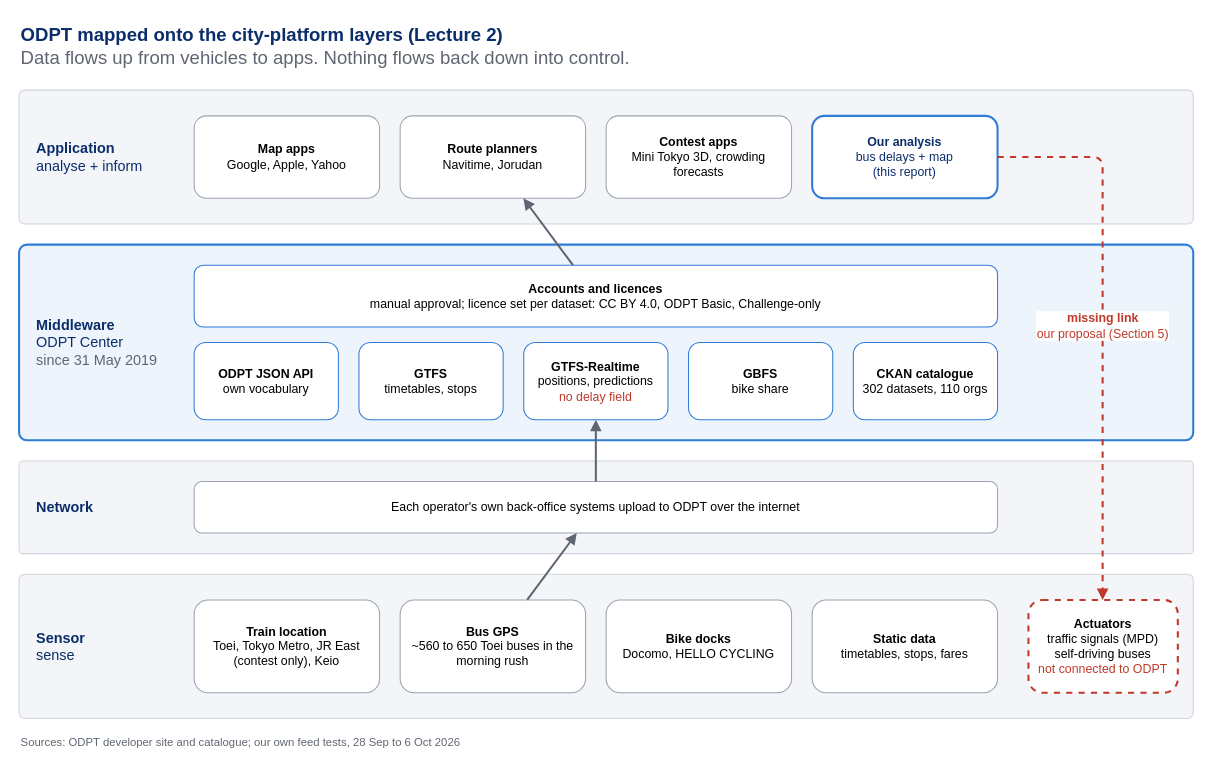
XxAG17xX/tokyo-smart-mobility keeps this draw.io diagram as diagrams/odpt_platform_layers.drawio. Above is the earlier version. Source tidied: cells renumbered, new cells numbered last; positions are measured from the earlier drawing's top-left corner, leaving out a move shared by most shapes. Both pictures are drawn from the tidied source at 103%, with x=0, y=0 at pixel (19, 18).
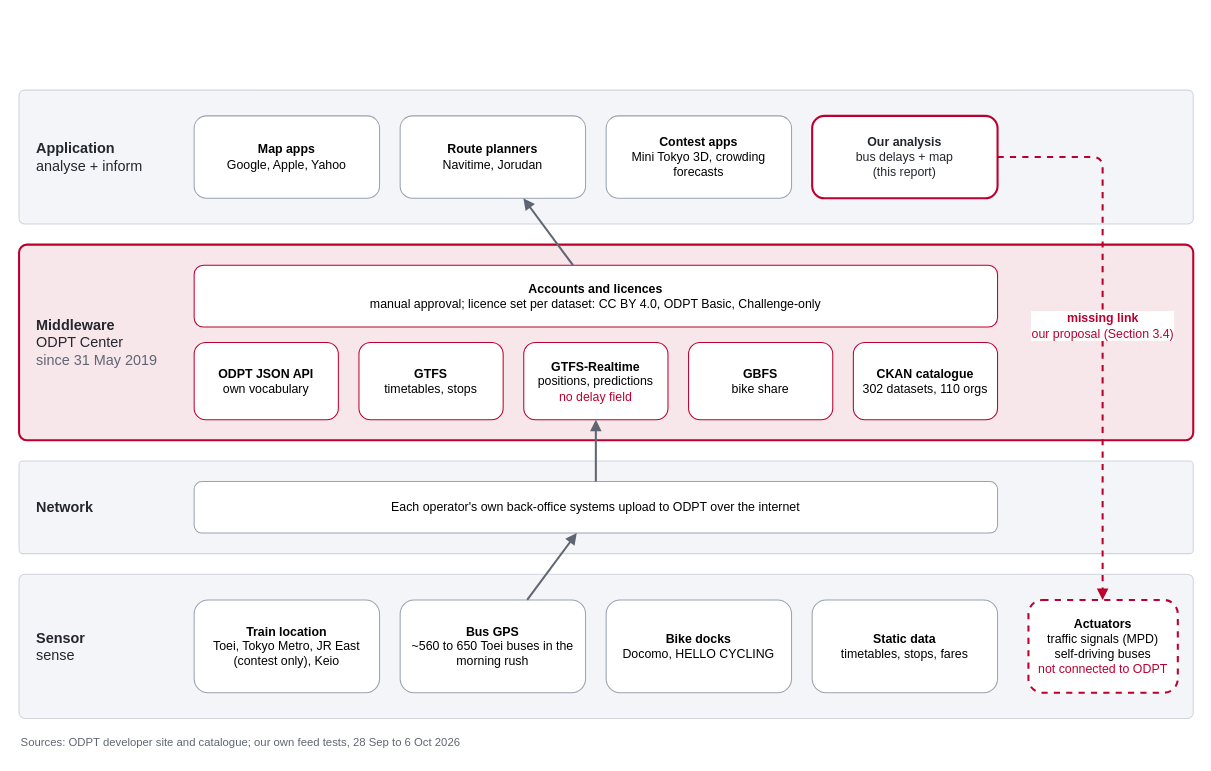
After the change.

Diff of the diagram source:
```diff
@@
-    <mxCell id="2" value="&lt;b&gt;ODPT mapped onto the city-platform layers (Lecture 2)&lt;/b&gt;&lt;br&gt;&lt;font color=&quot;#5F6672&quot;&gt;Data flows up from vehicles to apps. Nothing flows back down into control.&lt;/font&gt;" style="text;html=1;align=left;verticalAlign=top;fontSize=18;fontColor=#0B2E6B;" parent="1" vertex="1">
-      <mxGeometry width="900" height="60" as="geometry" />
-    </mxCell>
@@
-    <mxCell id="4" style="rounded=1;arcSize=4;fillColor=#EEF4FC;strokeColor=#2F7BD6;strokeWidth=2;" parent="1" vertex="1">
+    <mxCell id="4" style="rounded=1;arcSize=4;fillColor=#F7E6EA;strokeColor=#BC002D;strokeWidth=2;" parent="1" vertex="1">
       <mxGeometry y="220" width="1140" height="190" as="geometry" />
     </mxCell>
@@
-    <mxCell id="7" value="&lt;b&gt;Application&lt;/b&gt;&lt;br&gt;analyse + inform" style="text;html=1;align=left;verticalAlign=middle;fontSize=14;fontColor=#0B2E6B;" parent="1" vertex="1">
+    <mxCell id="7" value="&lt;b&gt;Application&lt;/b&gt;&lt;br&gt;analyse + inform" style="text;html=1;align=left;verticalAlign=middle;fontSize=14;fontColor=#23272E;" parent="1" vertex="1">
       <mxGeometry x="15" y="100" width="140" height="70" as="geometry" />
     </mxCell>
-    <mxCell id="8" value="&lt;b&gt;Middleware&lt;/b&gt;&lt;br&gt;ODPT Center&lt;br&gt;&lt;font color=&quot;#5F6672&quot;&gt;since 31 May 2019&lt;/font&gt;" style="text;html=1;align=left;verticalAlign=middle;fontSize=14;fontColor=#0B2E6B;" parent="1" vertex="1">
+    <mxCell id="8" value="&lt;b&gt;Middleware&lt;/b&gt;&lt;br&gt;ODPT Center&lt;br&gt;&lt;font color=&quot;#5F6672&quot;&gt;since 31 May 2019&lt;/font&gt;" style="text;html=1;align=left;verticalAlign=middle;fontSize=14;fontColor=#23272E;" parent="1" vertex="1">
       <mxGeometry x="15" y="270" width="140" height="90" as="geometry" />
     </mxCell>
-    <mxCell id="9" value="&lt;b&gt;Network&lt;/b&gt;" style="text;html=1;align=left;verticalAlign=middle;fontSize=14;fontColor=#0B2E6B;" parent="1" vertex="1">
+    <mxCell id="9" value="&lt;b&gt;Network&lt;/b&gt;" style="text;html=1;align=left;verticalAlign=middle;fontSize=14;fontColor=#23272E;" parent="1" vertex="1">
       <mxGeometry x="15" y="450" width="140" height="50" as="geometry" />
     </mxCell>
-    <mxCell id="10" value="&lt;b&gt;Sensor&lt;/b&gt;&lt;br&gt;sense" style="text;html=1;align=left;verticalAlign=middle;fontSize=14;fontColor=#0B2E6B;" parent="1" vertex="1">
+    <mxCell id="10" value="&lt;b&gt;Sensor&lt;/b&gt;&lt;br&gt;sense" style="text;html=1;align=left;verticalAlign=middle;fontSize=14;fontColor=#23272E;" parent="1" vertex="1">
       <mxGeometry x="15" y="580" width="140" height="60" as="geometry" />
     </mxCell>
@@
-    <mxCell id="14" value="&lt;b&gt;Our analysis&lt;/b&gt;&lt;br&gt;bus delays + map&lt;br&gt;(this report)" style="rounded=1;whiteSpace=wrap;html=1;fillColor=#FFFFFF;strokeColor=#2F7BD6;strokeWidth=2;fontSize=12;fontColor=#0B2E6B;" parent="1" vertex="1">
+    <mxCell id="14" value="&lt;b&gt;Our analysis&lt;/b&gt;&lt;br&gt;bus delays + map&lt;br&gt;(this report)" style="rounded=1;whiteSpace=wrap;html=1;fillColor=#FFFFFF;strokeColor=#BC002D;strokeWidth=2;fontSize=12;fontColor=#23272E;" parent="1" vertex="1">
       <mxGeometry x="770" y="95" width="180" height="80" as="geometry" />
     </mxCell>
-    <mxCell id="15" value="&lt;b&gt;Accounts and licences&lt;/b&gt;&lt;br&gt;manual approval; licence set per dataset: CC BY 4.0, ODPT Basic, Challenge-only" style="rounded=1;whiteSpace=wrap;html=1;fillColor=#FFFFFF;strokeColor=#2F7BD6;fontSize=12;" parent="1" vertex="1">
+    <mxCell id="15" value="&lt;b&gt;Accounts and licences&lt;/b&gt;&lt;br&gt;manual approval; licence set per dataset: CC BY 4.0, ODPT Basic, Challenge-only" style="rounded=1;whiteSpace=wrap;html=1;fillColor=#FFFFFF;strokeColor=#BC002D;fontSize=12;" parent="1" vertex="1">
       <mxGeometry x="170" y="240" width="780" height="60" as="geometry" />
     </mxCell>
-    <mxCell id="16" value="&lt;b&gt;ODPT JSON API&lt;/b&gt;&lt;br&gt;own vocabulary" style="rounded=1;whiteSpace=wrap;html=1;fillColor=#FFFFFF;strokeColor=#2F7BD6;fontSize=12;" parent="1" vertex="1">
+    <mxCell id="16" value="&lt;b&gt;ODPT JSON API&lt;/b&gt;&lt;br&gt;own vocabulary" style="rounded=1;whiteSpace=wrap;html=1;fillColor=#FFFFFF;strokeColor=#BC002D;fontSize=12;" parent="1" vertex="1">
       <mxGeometry x="170" y="315" width="140" height="75" as="geometry" />
     </mxCell>
-    <mxCell id="17" value="&lt;b&gt;GTFS&lt;/b&gt;&lt;br&gt;timetables, stops" style="rounded=1;whiteSpace=wrap;html=1;fillColor=#FFFFFF;strokeColor=#2F7BD6;fontSize=12;" parent="1" vertex="1">
+    <mxCell id="17" value="&lt;b&gt;GTFS&lt;/b&gt;&lt;br&gt;timetables, stops" style="rounded=1;whiteSpace=wrap;html=1;fillColor=#FFFFFF;strokeColor=#BC002D;fontSize=12;" parent="1" vertex="1">
       <mxGeometry x="330" y="315" width="140" height="75" as="geometry" />
     </mxCell>
-    <mxCell id="18" value="&lt;b&gt;GTFS-Realtime&lt;/b&gt;&lt;br&gt;positions, predictions&lt;br&gt;&lt;font color=&quot;#C0392B&quot;&gt;no delay field&lt;/font&gt;" style="rounded=1;whiteSpace=wrap;html=1;fillColor=#FFFFFF;strokeColor=#2F7BD6;fontSize=12;" parent="1" vertex="1">
+    <mxCell id="18" value="&lt;b&gt;GTFS-Realtime&lt;/b&gt;&lt;br&gt;positions, predictions&lt;br&gt;&lt;font color=&quot;#BC002D&quot;&gt;no delay field&lt;/font&gt;" style="rounded=1;whiteSpace=wrap;html=1;fillColor=#FFFFFF;strokeColor=#BC002D;fontSize=12;" parent="1" vertex="1">
       <mxGeometry x="490" y="315" width="140" height="75" as="geometry" />
     </mxCell>
-    <mxCell id="19" value="&lt;b&gt;GBFS&lt;/b&gt;&lt;br&gt;bike share" style="rounded=1;whiteSpace=wrap;html=1;fillColor=#FFFFFF;strokeColor=#2F7BD6;fontSize=12;" parent="1" vertex="1">
+    <mxCell id="19" value="&lt;b&gt;GBFS&lt;/b&gt;&lt;br&gt;bike share" style="rounded=1;whiteSpace=wrap;html=1;fillColor=#FFFFFF;strokeColor=#BC002D;fontSize=12;" parent="1" vertex="1">
       <mxGeometry x="650" y="315" width="140" height="75" as="geometry" />
     </mxCell>
-    <mxCell id="20" value="&lt;b&gt;CKAN catalogue&lt;/b&gt;&lt;br&gt;302 datasets, 110 orgs" style="rounded=1;whiteSpace=wrap;html=1;fillColor=#FFFFFF;strokeColor=#2F7BD6;fontSize=12;" parent="1" vertex="1">
+    <mxCell id="20" value="&lt;b&gt;CKAN catalogue&lt;/b&gt;&lt;br&gt;302 datasets, 110 orgs" style="rounded=1;whiteSpace=wrap;html=1;fillColor=#FFFFFF;strokeColor=#BC002D;fontSize=12;" parent="1" vertex="1">
       <mxGeometry x="810" y="315" width="140" height="75" as="geometry" />
     </mxCell>
@@
-    <mxCell id="26" value="&lt;b&gt;Actuators&lt;/b&gt;&lt;br&gt;traffic signals (MPD)&lt;br&gt;self-driving buses&lt;br&gt;&lt;font color=&quot;#C0392B&quot;&gt;not connected to ODPT&lt;/font&gt;" style="rounded=1;whiteSpace=wrap;html=1;fillColor=#FFFFFF;strokeColor=#C0392B;strokeWidth=2;dashed=1;fontSize=12;" parent="1" vertex="1">
+    <mxCell id="26" value="&lt;b&gt;Actuators&lt;/b&gt;&lt;br&gt;traffic signals (MPD)&lt;br&gt;self-driving buses&lt;br&gt;&lt;font color=&quot;#BC002D&quot;&gt;not connected to ODPT&lt;/font&gt;" style="rounded=1;whiteSpace=wrap;html=1;fillColor=#FFFFFF;strokeColor=#BC002D;strokeWidth=2;dashed=1;fontSize=12;" parent="1" vertex="1">
       <mxGeometry x="980" y="565" width="145" height="90" as="geometry" />
     </mxCell>
@@
-    <mxCell id="30" value="&lt;b&gt;missing link&lt;/b&gt;&lt;br&gt;our proposal (Section 5)" style="html=1;endArrow=block;endFill=1;strokeColor=#C0392B;strokeWidth=2;dashed=1;edgeStyle=orthogonalEdgeStyle;fontColor=#C0392B;fontSize=12;labelBackgroundColor=#FFFFFF;" parent="1" edge="1" source="14" target="26">
+    <mxCell id="30" value="&lt;b&gt;missing link&lt;/b&gt;&lt;br&gt;our proposal (Section 3.4)" style="html=1;endArrow=block;endFill=1;strokeColor=#BC002D;strokeWidth=2;dashed=1;edgeStyle=orthogonalEdgeStyle;fontColor=#BC002D;fontSize=12;labelBackgroundColor=#FFFFFF;" parent="1" edge="1" source="14" target="26">
       <mxGeometry relative="1" as="geometry">
         <Array as="points">
           <mxPoint x="1052" y="135" />
         </Array>
       </mxGeometry>
     </mxCell>
```
